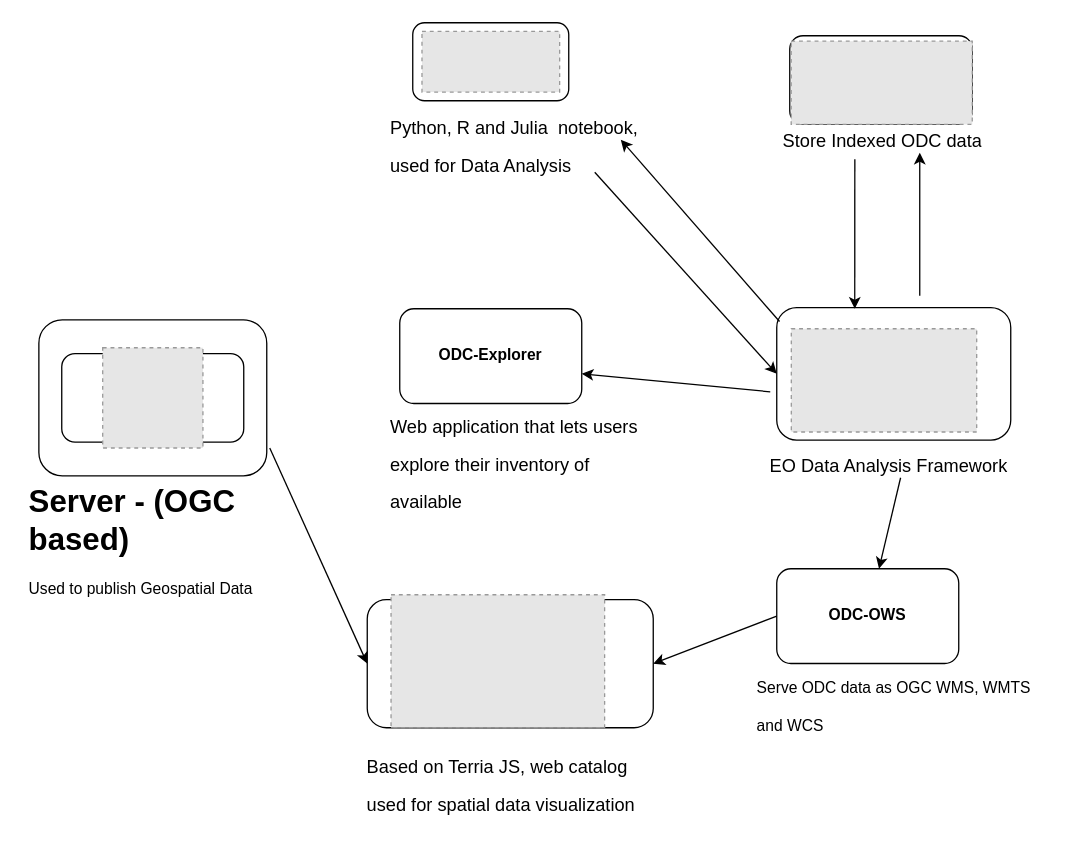
Before: docs/ODC.drawio in Indiphile/DESA-ODC, a draw.io diagram. Source tidied: cells renumbered, new cells numbered last; positions are measured from the earlier drawing's top-left corner, leaving out a move shared by most shapes. Both pictures are drawn from the tidied source at 130%, with x=0, y=0 at pixel (22, 22). Pictures stored in the file or linked from it are replaced by grey dashed boxes.
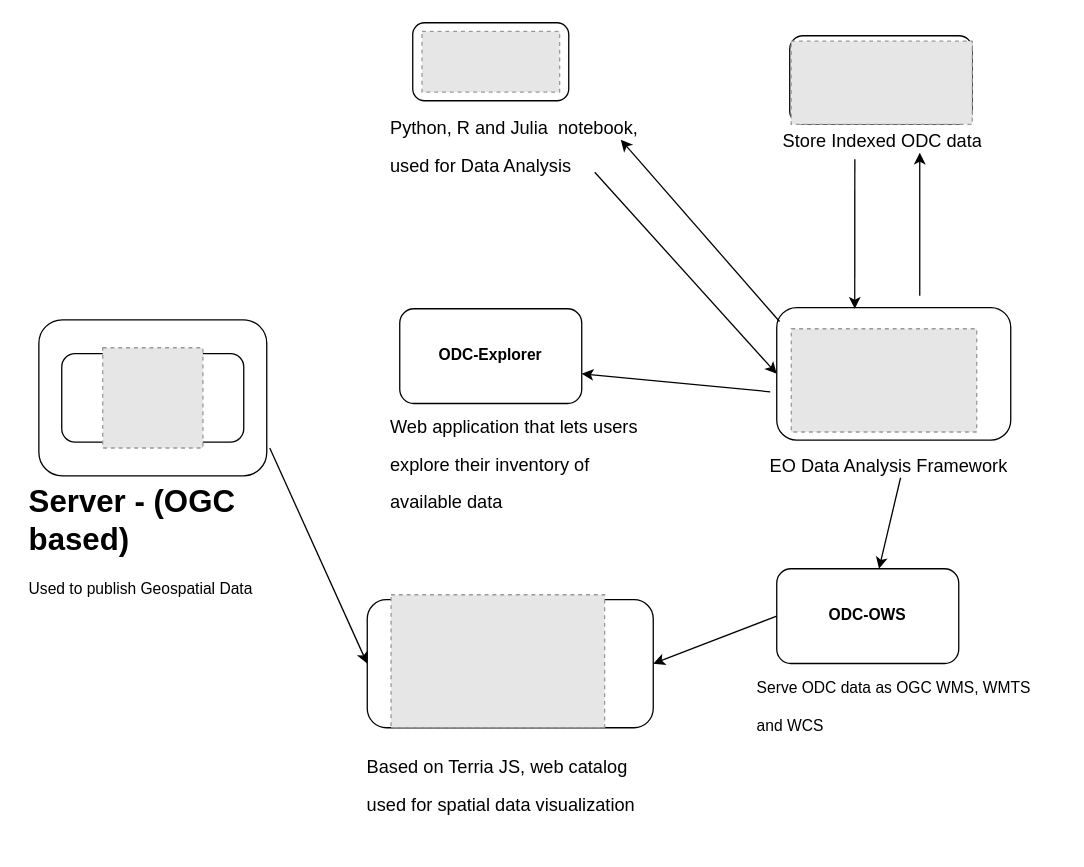
The same diagram, later.

Unchanged cells that the change refers to:
```xml
<mxCell id="2" style="group;" parent="1" vertex="1">
  <mxGeometry x="290" y="220" width="208.3" height="201.5" as="geometry" />
</mxCell>
```

Change to the diagram source:
```diff
@@
-    <mxCell id="4" value="&lt;h1&gt;&lt;p class=&quot;MsoNormal&quot;&gt;&lt;span style=&quot;font-weight: normal;&quot;&gt;&lt;font style=&quot;font-size: 14px;&quot;&gt;Web application that lets users explore their inventory of&lt;br&gt;available&lt;/font&gt;&lt;/span&gt;&lt;/p&gt;&lt;br&gt;&lt;/h1&gt;" style="text;html=1;strokeColor=none;fillColor=none;spacing=5;spacingTop=-20;whiteSpace=wrap;overflow=hidden;rounded=0;" parent="2" vertex="1">
+    <mxCell id="4" value="&lt;h1&gt;&lt;p class=&quot;MsoNormal&quot;&gt;&lt;span style=&quot;font-weight: normal;&quot;&gt;&lt;font style=&quot;font-size: 14px;&quot;&gt;Web application that lets users explore their inventory of&lt;br&gt;available data&lt;/font&gt;&lt;/span&gt;&lt;/p&gt;&lt;br&gt;&lt;/h1&gt;" style="text;html=1;strokeColor=none;fillColor=none;spacing=5;spacingTop=-20;whiteSpace=wrap;overflow=hidden;rounded=0;" parent="2" vertex="1">
       <mxGeometry x="-11.7" y="60" width="220" height="120" as="geometry" />
     </mxCell>
```
